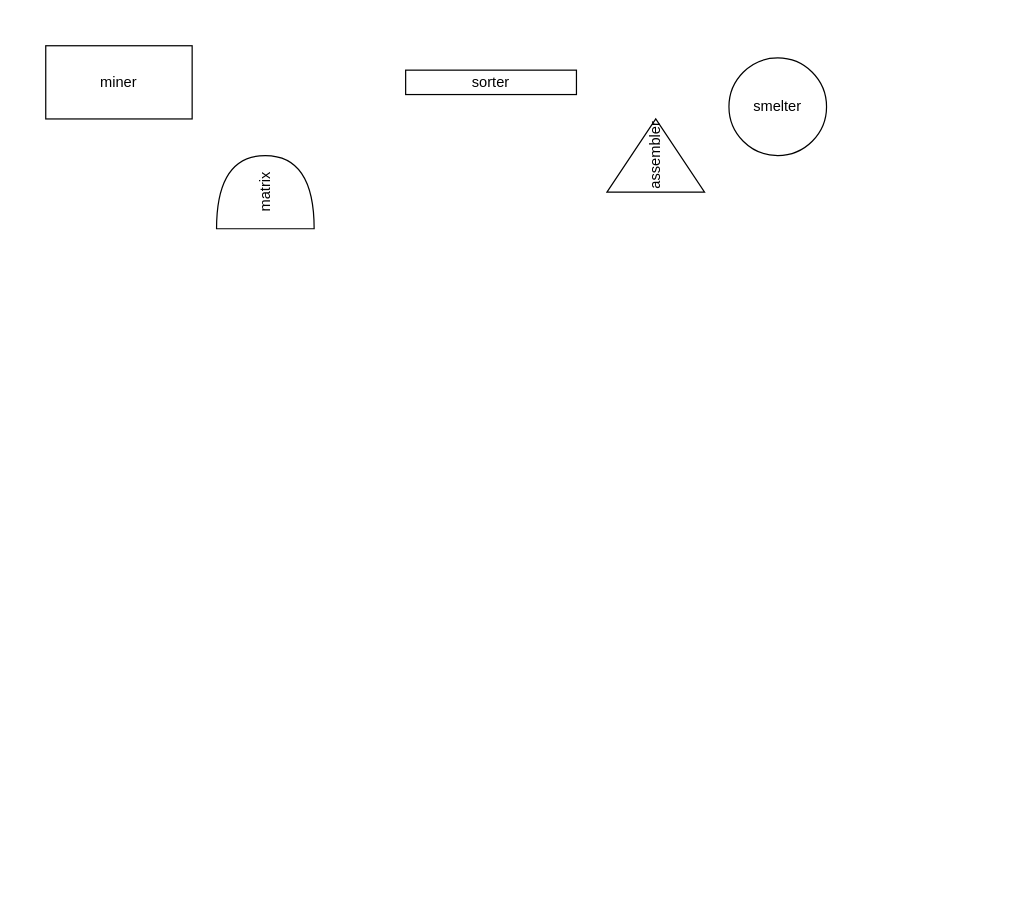
This is Untitled Diagram.drawio from dctreborn/Basic-Portfolio, a draw.io file, before an edit. Source tidied: cells renumbered, new cells numbered last; positions are measured from the earlier drawing's top-left corner, leaving out a move shared by most shapes. Both pictures are drawn from the tidied source at 122%, with x=0, y=0 at pixel (45, 45).
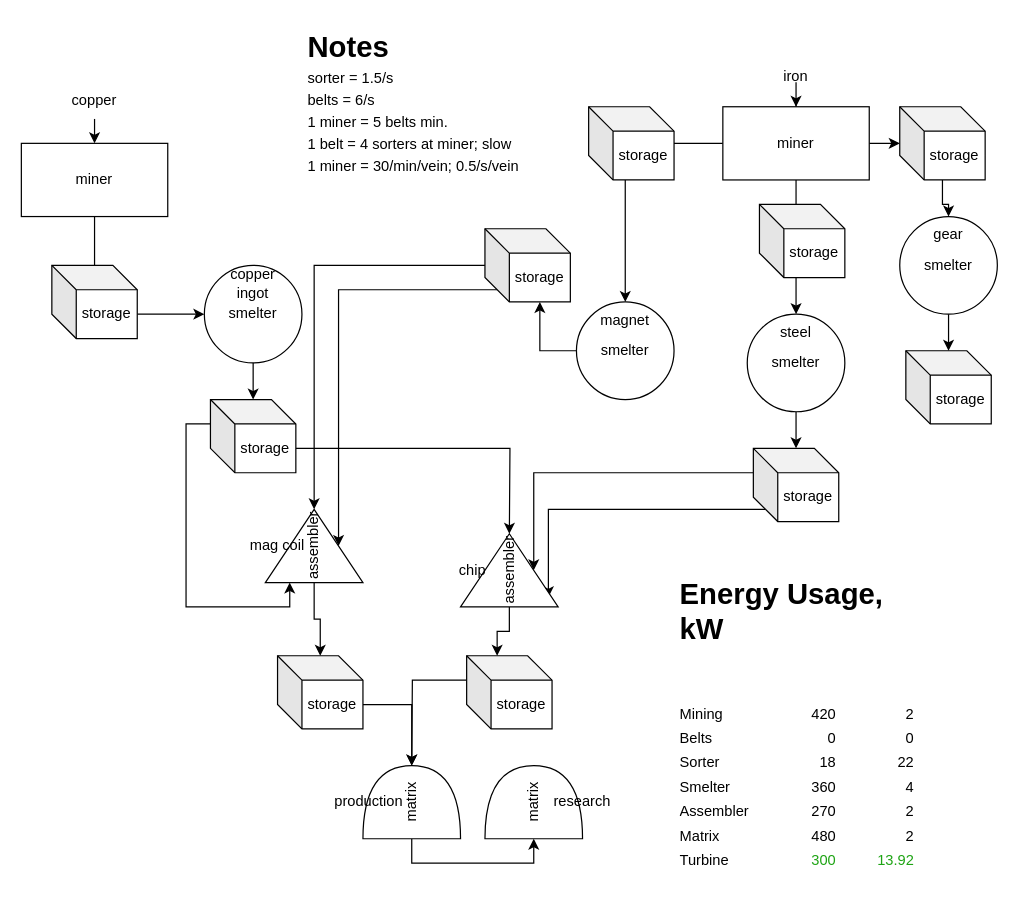
Above is the later version.

Change to the diagram source:
```diff
@@
-    <mxCell id="2" value="miner" style="rounded=0;whiteSpace=wrap;html=1;" parent="1" vertex="1">
-      <mxGeometry width="120" height="60" as="geometry" />
-    </mxCell>
-    <mxCell id="3" value="sorter" style="rounded=0;whiteSpace=wrap;html=1;" parent="1" vertex="1">
-      <mxGeometry x="295" y="20" width="140" height="20" as="geometry" />
-    </mxCell>
-    <mxCell id="4" value="smelter" style="ellipse;whiteSpace=wrap;html=1;" parent="1" vertex="1">
-      <mxGeometry x="560" y="10" width="80" height="80" as="geometry" />
-    </mxCell>
+    <mxCell id="7" style="edgeStyle=orthogonalEdgeStyle;rounded=0;jettySize=auto;html=1;exitX=0;exitY=0.5;exitDx=0;exitDy=0;exitPerimeter=0;entryX=0;entryY=0.5;entryDx=0;entryDy=0;entryPerimeter=0;" parent="1" edge="1" source="5" target="56">
+      <mxGeometry relative="1" as="geometry" />
+    </mxCell>
+    <mxCell id="8" style="edgeStyle=orthogonalEdgeStyle;rounded=0;jettySize=auto;html=1;exitX=0.5;exitY=1;exitDx=0;exitDy=0;" parent="1" edge="1" source="9" target="15">
+      <mxGeometry relative="1" as="geometry" />
+    </mxCell>
+    <mxCell id="9" value="iron" style="text;html=1;strokeColor=none;fillColor=none;align=center;verticalAlign=middle;whiteSpace=wrap;rounded=0;" parent="1" vertex="1">
+      <mxGeometry x="585" y="10" width="60" height="30" as="geometry" />
+    </mxCell>
+    <mxCell id="10" style="edgeStyle=orthogonalEdgeStyle;rounded=0;jettySize=auto;html=1;exitX=0.5;exitY=1;exitDx=0;exitDy=0;entryX=0.5;entryY=0;entryDx=0;entryDy=0;" parent="1" edge="1" source="11" target="17">
+      <mxGeometry relative="1" as="geometry" />
+    </mxCell>
+    <mxCell id="11" value="copper" style="text;html=1;strokeColor=none;fillColor=none;align=center;verticalAlign=middle;whiteSpace=wrap;rounded=0;" parent="1" vertex="1">
+      <mxGeometry x="10" y="30" width="60" height="30" as="geometry" />
+    </mxCell>
+    <mxCell id="12" style="edgeStyle=orthogonalEdgeStyle;rounded=0;jettySize=auto;html=1;exitX=0.5;exitY=1;exitDx=0;exitDy=0;entryX=0.5;entryY=0;entryDx=0;entryDy=0;" parent="1" edge="1" source="15" target="26">
+      <mxGeometry relative="1" as="geometry" />
+    </mxCell>
+    <mxCell id="13" style="edgeStyle=orthogonalEdgeStyle;rounded=0;jettySize=auto;html=1;exitX=0;exitY=0.5;exitDx=0;exitDy=0;entryX=0.5;entryY=0;entryDx=0;entryDy=0;" parent="1" edge="1" source="15" target="29">
+      <mxGeometry relative="1" as="geometry" />
+    </mxCell>
+    <mxCell id="14" style="edgeStyle=orthogonalEdgeStyle;rounded=0;jettySize=auto;html=1;" parent="1" edge="1" source="15" target="61">
+      <mxGeometry relative="1" as="geometry" />
+    </mxCell>
+    <mxCell id="15" value="miner" style="rounded=0;whiteSpace=wrap;html=1;" parent="1" vertex="1">
+      <mxGeometry x="555" y="50" width="120" height="60" as="geometry" />
+    </mxCell>
+    <mxCell id="16" style="edgeStyle=orthogonalEdgeStyle;rounded=0;jettySize=auto;html=1;exitX=0.5;exitY=1;exitDx=0;exitDy=0;startArrow=none;" parent="1" edge="1" source="20">
+      <mxGeometry relative="1" as="geometry">
+        <mxPoint x="40" y="220" as="targetPoint" />
+      </mxGeometry>
+    </mxCell>
+    <mxCell id="17" value="miner" style="rounded=0;whiteSpace=wrap;html=1;" parent="1" vertex="1">
+      <mxGeometry x="-20" y="80" width="120" height="60" as="geometry" />
+    </mxCell>
+    <mxCell id="18" style="edgeStyle=orthogonalEdgeStyle;rounded=0;jettySize=auto;html=1;exitX=0.5;exitY=1;exitDx=0;exitDy=0;endArrow=none;" parent="1" edge="1" source="17" target="20">
+      <mxGeometry relative="1" as="geometry" />
+    </mxCell>
+    <mxCell id="19" style="edgeStyle=orthogonalEdgeStyle;rounded=0;jettySize=auto;html=1;exitX=0;exitY=0;exitDx=70;exitDy=40;exitPerimeter=0;entryX=0;entryY=0.5;entryDx=0;entryDy=0;" parent="1" edge="1" source="20" target="22">
+      <mxGeometry relative="1" as="geometry" />
+    </mxCell>
+    <mxCell id="20" value="storage" style="shape=cube;whiteSpace=wrap;html=1;boundedLbl=1;backgroundOutline=1;darkOpacity=0.05;darkOpacity2=0.1;" parent="1" vertex="1">
+      <mxGeometry x="5" y="180" width="70" height="60" as="geometry" />
+    </mxCell>
+    <mxCell id="21" style="group;" parent="1" vertex="1">
+      <mxGeometry x="130" y="180" width="80" height="80" as="geometry" />
+    </mxCell>
+    <mxCell id="22" value="smelter" style="ellipse;whiteSpace=wrap;html=1;" parent="21" vertex="1">
+      <mxGeometry width="80" height="80" as="geometry" />
+    </mxCell>
+    <mxCell id="23" value="copper ingot" style="text;html=1;strokeColor=none;fillColor=none;align=center;verticalAlign=middle;whiteSpace=wrap;rounded=0;" parent="21" vertex="1">
+      <mxGeometry x="10" width="60" height="30" as="geometry" />
+    </mxCell>
+    <mxCell id="24" style="group;" parent="1" vertex="1">
+      <mxGeometry x="575" y="220" width="80" height="80" as="geometry" />
+    </mxCell>
+    <mxCell id="25" value="smelter" style="ellipse;whiteSpace=wrap;html=1;" parent="24" vertex="1">
+      <mxGeometry width="80" height="80" as="geometry" />
+    </mxCell>
+    <mxCell id="26" value="steel" style="text;html=1;strokeColor=none;fillColor=none;align=center;verticalAlign=middle;whiteSpace=wrap;rounded=0;" parent="24" vertex="1">
+      <mxGeometry x="10" width="60" height="30" as="geometry" />
+    </mxCell>
+    <mxCell id="27" style="group;" parent="1" vertex="1">
+      <mxGeometry x="435" y="210" width="80" height="80" as="geometry" />
+    </mxCell>
+    <mxCell id="28" value="smelter" style="ellipse;whiteSpace=wrap;html=1;" parent="27" vertex="1">
+      <mxGeometry width="80" height="80" as="geometry" />
+    </mxCell>
+    <mxCell id="29" value="magnet" style="text;html=1;strokeColor=none;fillColor=none;align=center;verticalAlign=middle;whiteSpace=wrap;rounded=0;" parent="27" vertex="1">
+      <mxGeometry x="10" width="60" height="30" as="geometry" />
+    </mxCell>
+    <mxCell id="30" value="storage" style="shape=cube;whiteSpace=wrap;html=1;boundedLbl=1;backgroundOutline=1;darkOpacity=0.05;darkOpacity2=0.1;" parent="1" vertex="1">
+      <mxGeometry x="585" y="130" width="70" height="60" as="geometry" />
+    </mxCell>
+    <mxCell id="31" value="storage" style="shape=cube;whiteSpace=wrap;html=1;boundedLbl=1;backgroundOutline=1;darkOpacity=0.05;darkOpacity2=0.1;" parent="1" vertex="1">
+      <mxGeometry x="445" y="50" width="70" height="60" as="geometry" />
+    </mxCell>
+    <mxCell id="32" style="edgeStyle=orthogonalEdgeStyle;rounded=0;jettySize=auto;html=1;exitX=0;exitY=0;exitDx=70;exitDy=40;exitPerimeter=0;" parent="1" edge="1" source="34">
+      <mxGeometry relative="1" as="geometry">
+        <mxPoint x="380" y="400" as="targetPoint" />
+      </mxGeometry>
+    </mxCell>
+    <mxCell id="33" style="edgeStyle=orthogonalEdgeStyle;rounded=0;jettySize=auto;html=1;exitX=0;exitY=0;exitDx=0;exitDy=20;exitPerimeter=0;entryX=0;entryY=0.25;entryDx=0;entryDy=0;" parent="1" edge="1" source="34" target="6">
+      <mxGeometry relative="1" as="geometry" />
+    </mxCell>
+    <mxCell id="34" value="storage" style="shape=cube;whiteSpace=wrap;html=1;boundedLbl=1;backgroundOutline=1;darkOpacity=0.05;darkOpacity2=0.1;" parent="1" vertex="1">
+      <mxGeometry x="135" y="290" width="70" height="60" as="geometry" />
+    </mxCell>
+    <mxCell id="35" style="edgeStyle=orthogonalEdgeStyle;rounded=0;jettySize=auto;html=1;exitX=0;exitY=0;exitDx=0;exitDy=20;exitPerimeter=0;entryX=0.5;entryY=1;entryDx=0;entryDy=0;" parent="1" edge="1" source="37" target="46">
+      <mxGeometry relative="1" as="geometry" />
+    </mxCell>
+    <mxCell id="36" style="edgeStyle=orthogonalEdgeStyle;rounded=0;jettySize=auto;html=1;exitX=0;exitY=0;exitDx=10;exitDy=50;exitPerimeter=0;entryX=0.133;entryY=0.9;entryDx=0;entryDy=0;entryPerimeter=0;" parent="1" edge="1" source="37" target="46">
+      <mxGeometry relative="1" as="geometry" />
+    </mxCell>
+    <mxCell id="37" value="storage" style="shape=cube;whiteSpace=wrap;html=1;boundedLbl=1;backgroundOutline=1;darkOpacity=0.05;darkOpacity2=0.1;" parent="1" vertex="1">
+      <mxGeometry x="580" y="330" width="70" height="60" as="geometry" />
+    </mxCell>
+    <mxCell id="38" style="edgeStyle=orthogonalEdgeStyle;rounded=0;jettySize=auto;html=1;entryX=1;entryY=0.5;entryDx=0;entryDy=0;" parent="1" edge="1" source="40" target="6">
+      <mxGeometry relative="1" as="geometry" />
+    </mxCell>
+    <mxCell id="39" style="edgeStyle=orthogonalEdgeStyle;rounded=0;jettySize=auto;html=1;exitX=0;exitY=0;exitDx=10;exitDy=50;exitPerimeter=0;entryX=0.5;entryY=1;entryDx=0;entryDy=0;" parent="1" edge="1" source="40" target="6">
+      <mxGeometry relative="1" as="geometry" />
+    </mxCell>
+    <mxCell id="40" value="storage" style="shape=cube;whiteSpace=wrap;html=1;boundedLbl=1;backgroundOutline=1;darkOpacity=0.05;darkOpacity2=0.1;" parent="1" vertex="1">
+      <mxGeometry x="360" y="150" width="70" height="60" as="geometry" />
+    </mxCell>
+    <mxCell id="41" style="edgeStyle=orthogonalEdgeStyle;rounded=0;jettySize=auto;html=1;exitX=0.5;exitY=1;exitDx=0;exitDy=0;" parent="1" edge="1" source="25" target="37">
+      <mxGeometry relative="1" as="geometry" />
+    </mxCell>
+    <mxCell id="42" style="edgeStyle=orthogonalEdgeStyle;rounded=0;jettySize=auto;html=1;exitX=0.5;exitY=1;exitDx=0;exitDy=0;" parent="1" edge="1" source="22" target="34">
+      <mxGeometry relative="1" as="geometry" />
+    </mxCell>
+    <mxCell id="43" style="group;" parent="1" vertex="1">
+      <mxGeometry x="160" y="380" width="100" height="60" as="geometry" />
+    </mxCell>
+    <mxCell id="6" value="assembler" style="triangle;whiteSpace=wrap;html=1;rotation=-90;" parent="43" vertex="1">
+      <mxGeometry x="30" y="-10" width="60" height="80" as="geometry" />
+    </mxCell>
+    <mxCell id="44" value="mag coil" style="text;html=1;strokeColor=none;fillColor=none;align=center;verticalAlign=middle;whiteSpace=wrap;rounded=0;" parent="43" vertex="1">
+      <mxGeometry y="15" width="60" height="30" as="geometry" />
+    </mxCell>
+    <mxCell id="45" style="group;" parent="1" vertex="1">
+      <mxGeometry x="320" y="400" width="100" height="60" as="geometry" />
+    </mxCell>
+    <mxCell id="46" value="assembler" style="triangle;whiteSpace=wrap;html=1;rotation=-90;" parent="45" vertex="1">
+      <mxGeometry x="30" y="-10" width="60" height="80" as="geometry" />
+    </mxCell>
+    <mxCell id="47" value="chip" style="text;html=1;strokeColor=none;fillColor=none;align=center;verticalAlign=middle;whiteSpace=wrap;rounded=0;" parent="45" vertex="1">
+      <mxGeometry y="15" width="60" height="30" as="geometry" />
+    </mxCell>
+    <mxCell id="48" style="edgeStyle=orthogonalEdgeStyle;rounded=0;jettySize=auto;html=1;exitX=0;exitY=0;exitDx=0;exitDy=20;exitPerimeter=0;" parent="1" edge="1" source="49">
+      <mxGeometry relative="1" as="geometry">
+        <mxPoint x="300" y="590" as="targetPoint" />
+      </mxGeometry>
+    </mxCell>
+    <mxCell id="49" value="storage" style="shape=cube;whiteSpace=wrap;html=1;boundedLbl=1;backgroundOutline=1;darkOpacity=0.05;darkOpacity2=0.1;" parent="1" vertex="1">
+      <mxGeometry x="345" y="500" width="70" height="60" as="geometry" />
+    </mxCell>
+    <mxCell id="50" style="edgeStyle=orthogonalEdgeStyle;rounded=0;jettySize=auto;html=1;exitX=0;exitY=0.5;exitDx=0;exitDy=0;entryX=0;entryY=0;entryDx=25;entryDy=0;entryPerimeter=0;" parent="1" edge="1" source="46" target="49">
+      <mxGeometry relative="1" as="geometry" />
+    </mxCell>
+    <mxCell id="51" style="edgeStyle=orthogonalEdgeStyle;rounded=0;jettySize=auto;html=1;exitX=0;exitY=0;exitDx=70;exitDy=40;exitPerimeter=0;entryX=1;entryY=0.5;entryDx=0;entryDy=0;entryPerimeter=0;" parent="1" edge="1" source="52" target="5">
+      <mxGeometry relative="1" as="geometry" />
+    </mxCell>
+    <mxCell id="52" value="storage" style="shape=cube;whiteSpace=wrap;html=1;boundedLbl=1;backgroundOutline=1;darkOpacity=0.05;darkOpacity2=0.1;" parent="1" vertex="1">
+      <mxGeometry x="190" y="500" width="70" height="60" as="geometry" />
+    </mxCell>
+    <mxCell id="53" style="edgeStyle=orthogonalEdgeStyle;rounded=0;jettySize=auto;html=1;exitX=0;exitY=0.5;exitDx=0;exitDy=0;" parent="1" edge="1" source="6" target="52">
+      <mxGeometry relative="1" as="geometry" />
+    </mxCell>
+    <mxCell id="54" style="edgeStyle=orthogonalEdgeStyle;rounded=0;jettySize=auto;html=1;exitX=0;exitY=0.5;exitDx=0;exitDy=0;entryX=0;entryY=0;entryDx=45;entryDy=60;entryPerimeter=0;" parent="1" edge="1" source="28" target="40">
+      <mxGeometry relative="1" as="geometry" />
+    </mxCell>
+    <mxCell id="55" style="group;" parent="1" vertex="1">
+      <mxGeometry x="360" y="590" width="110" height="60" as="geometry" />
+    </mxCell>
+    <mxCell id="56" value="matrix" style="shape=or;whiteSpace=wrap;html=1;rotation=-90;" parent="55" vertex="1">
+      <mxGeometry x="10" y="-10" width="60" height="80" as="geometry" />
+    </mxCell>
+    <mxCell id="57" value="research" style="text;html=1;strokeColor=none;fillColor=none;align=center;verticalAlign=middle;whiteSpace=wrap;rounded=0;" parent="55" vertex="1">
+      <mxGeometry x="50" y="15" width="60" height="30" as="geometry" />
+    </mxCell>
+    <mxCell id="58" style="group;" parent="1" vertex="1">
+      <mxGeometry x="235" y="590" width="105" height="60" as="geometry" />
+    </mxCell>
-    <mxCell id="5" value="matrix" style="shape=or;whiteSpace=wrap;html=1;rotation=-90;" parent="1" vertex="1">
-      <mxGeometry x="150" y="80" width="60" height="80" as="geometry" />
+    <mxCell id="5" value="matrix" style="shape=or;whiteSpace=wrap;html=1;rotation=-90;" parent="58" vertex="1">
+      <mxGeometry x="35" y="-10" width="60" height="80" as="geometry" />
     </mxCell>
-    <mxCell id="6" value="assembler" style="triangle;whiteSpace=wrap;html=1;rotation=-90;" parent="1" vertex="1">
-      <mxGeometry x="470" y="50" width="60" height="80" as="geometry" />
-    </mxCell>
+    <mxCell id="59" value="production" style="text;html=1;strokeColor=none;fillColor=none;align=center;verticalAlign=middle;whiteSpace=wrap;rounded=0;" parent="58" vertex="1">
+      <mxGeometry y="15" width="60" height="30" as="geometry" />
+    </mxCell>
+    <mxCell id="60" style="edgeStyle=orthogonalEdgeStyle;rounded=0;jettySize=auto;html=1;" parent="1" edge="1" source="61" target="64">
+      <mxGeometry relative="1" as="geometry" />
+    </mxCell>
+    <mxCell id="61" value="storage" style="shape=cube;whiteSpace=wrap;html=1;boundedLbl=1;backgroundOutline=1;darkOpacity=0.05;darkOpacity2=0.1;" parent="1" vertex="1">
+      <mxGeometry x="700" y="50" width="70" height="60" as="geometry" />
+    </mxCell>
+    <mxCell id="62" style="group;" parent="1" vertex="1">
+      <mxGeometry x="700" y="140" width="80" height="80" as="geometry" />
+    </mxCell>
+    <mxCell id="63" value="smelter" style="ellipse;whiteSpace=wrap;html=1;" parent="62" vertex="1">
+      <mxGeometry width="80" height="80" as="geometry" />
+    </mxCell>
+    <mxCell id="64" value="gear" style="text;html=1;strokeColor=none;fillColor=none;align=center;verticalAlign=middle;whiteSpace=wrap;rounded=0;" parent="62" vertex="1">
+      <mxGeometry x="10" width="60" height="30" as="geometry" />
+    </mxCell>
+    <mxCell id="65" value="storage" style="shape=cube;whiteSpace=wrap;html=1;boundedLbl=1;backgroundOutline=1;darkOpacity=0.05;darkOpacity2=0.1;" parent="1" vertex="1">
+      <mxGeometry x="705" y="250" width="70" height="60" as="geometry" />
+    </mxCell>
+    <mxCell id="66" style="edgeStyle=orthogonalEdgeStyle;rounded=0;jettySize=auto;html=1;" parent="1" edge="1" source="63" target="65">
+      <mxGeometry relative="1" as="geometry" />
+    </mxCell>
+    <mxCell id="67" value="&lt;h1 style=&quot;line-height: 50%;&quot;&gt;Notes&lt;/h1&gt;&lt;p style=&quot;line-height: 50%;&quot;&gt;&lt;span style=&quot;text-align: center;&quot;&gt;sorter = 1.5/s&lt;/span&gt;&lt;br&gt;&lt;/p&gt;&lt;p style=&quot;line-height: 50%;&quot;&gt;&lt;span style=&quot;text-align: center;&quot;&gt;belts = 6/s&lt;/span&gt;&lt;span style=&quot;text-align: center;&quot;&gt;&lt;br&gt;&lt;/span&gt;&lt;/p&gt;&lt;p style=&quot;line-height: 50%;&quot;&gt;&lt;span style=&quot;text-align: center;&quot;&gt;1 miner = 5 belts min.&lt;/span&gt;&lt;span style=&quot;text-align: center;&quot;&gt;&lt;br&gt;&lt;/span&gt;&lt;/p&gt;&lt;p style=&quot;line-height: 50%;&quot;&gt;&lt;span style=&quot;text-align: center;&quot;&gt;1 belt = 4 sorters at miner; slow&lt;/span&gt;&lt;span style=&quot;text-align: center;&quot;&gt;&lt;br&gt;&lt;/span&gt;&lt;/p&gt;&lt;p style=&quot;line-height: 50%;&quot;&gt;&lt;span style=&quot;text-align: center;&quot;&gt;1 miner = 30/min/vein; 0.5/s/vein&lt;/span&gt;&lt;/p&gt;" style="text;html=1;strokeColor=none;fillColor=none;spacing=5;spacingTop=-20;whiteSpace=wrap;overflow=hidden;rounded=0;" parent="1" vertex="1">
+      <mxGeometry x="210" y="-10" width="190" height="160" as="geometry" />
+    </mxCell>
+    <mxCell id="68" value="&lt;h1&gt;Energy Usage, kW&lt;/h1&gt;&lt;br&gt;&lt;br&gt;&lt;table width=&quot;192&quot; cellspacing=&quot;0&quot; cellpadding=&quot;0&quot; border=&quot;0&quot;&gt; &lt;colgroup&gt;&lt;col style=&quot;width:48pt&quot; span=&quot;3&quot; width=&quot;64&quot;&gt;&lt;/colgroup&gt; &lt;tbody&gt;&lt;tr style=&quot;height:15.0pt&quot; height=&quot;20&quot;&gt;  &lt;td style=&quot;height:15.0pt;width:48pt&quot; width=&quot;64&quot; height=&quot;20&quot;&gt;Mining&lt;/td&gt;  &lt;td style=&quot;width:48pt&quot; width=&quot;64&quot; align=&quot;right&quot; class=&quot;xl66&quot;&gt;420&lt;/td&gt;  &lt;td style=&quot;width:48pt&quot; width=&quot;64&quot; align=&quot;right&quot; class=&quot;xl66&quot;&gt;2&lt;/td&gt; &lt;/tr&gt; &lt;tr style=&quot;height:15.0pt&quot; height=&quot;20&quot;&gt;  &lt;td style=&quot;height:15.0pt&quot; height=&quot;20&quot;&gt;Belts&lt;/td&gt;  &lt;td align=&quot;right&quot; class=&quot;xl66&quot;&gt;0&lt;/td&gt;  &lt;td align=&quot;right&quot; class=&quot;xl66&quot;&gt;0&lt;/td&gt; &lt;/tr&gt; &lt;tr style=&quot;height:15.0pt&quot; height=&quot;20&quot;&gt;  &lt;td style=&quot;height:15.0pt&quot; height=&quot;20&quot;&gt;Sorter&lt;/td&gt;  &lt;td align=&quot;right&quot; class=&quot;xl66&quot;&gt;18&lt;/td&gt;  &lt;td align=&quot;right&quot; class=&quot;xl66&quot;&gt;22&lt;/td&gt; &lt;/tr&gt; &lt;tr style=&quot;height:15.0pt&quot; height=&quot;20&quot;&gt;  &lt;td style=&quot;height:15.0pt&quot; height=&quot;20&quot;&gt;Smelter&lt;/td&gt;  &lt;td align=&quot;right&quot; class=&quot;xl66&quot;&gt;360&lt;/td&gt;  &lt;td align=&quot;right&quot; class=&quot;xl66&quot;&gt;4&lt;/td&gt; &lt;/tr&gt; &lt;tr style=&quot;height:15.0pt&quot; height=&quot;20&quot;&gt;  &lt;td style=&quot;height:15.0pt&quot; height=&quot;20&quot;&gt;Assembler&lt;/td&gt;  &lt;td align=&quot;right&quot; class=&quot;xl66&quot;&gt;270&lt;/td&gt;  &lt;td align=&quot;right&quot; class=&quot;xl66&quot;&gt;2&lt;/td&gt; &lt;/tr&gt; &lt;tr style=&quot;height:15.0pt&quot; height=&quot;20&quot;&gt;  &lt;td style=&quot;height:15.0pt&quot; height=&quot;20&quot;&gt;Matrix&lt;/td&gt;  &lt;td align=&quot;right&quot; class=&quot;xl66&quot;&gt;480&lt;/td&gt;  &lt;td align=&quot;right&quot; class=&quot;xl66&quot;&gt;2&lt;/td&gt; &lt;/tr&gt; &lt;tr style=&quot;height:15.0pt&quot; height=&quot;20&quot;&gt;  &lt;td style=&quot;height:15.0pt&quot; height=&quot;20&quot;&gt;Turbine&lt;/td&gt;  &lt;td align=&quot;right&quot; class=&quot;xl65&quot;&gt;&lt;font color=&quot;#1ea414&quot;&gt;300&lt;/font&gt;&lt;/td&gt;  &lt;td align=&quot;right&quot; class=&quot;xl65&quot;&gt;&lt;font color=&quot;#1ea414&quot;&gt;13.92&lt;/font&gt;&lt;/td&gt; &lt;/tr&gt;&lt;/tbody&gt;&lt;/table&gt;" style="text;html=1;strokeColor=none;fillColor=none;spacing=5;spacingTop=-20;whiteSpace=wrap;overflow=hidden;rounded=0;" parent="1" vertex="1">
+      <mxGeometry x="515" y="430" width="205" height="270" as="geometry" />
+    </mxCell>
```
